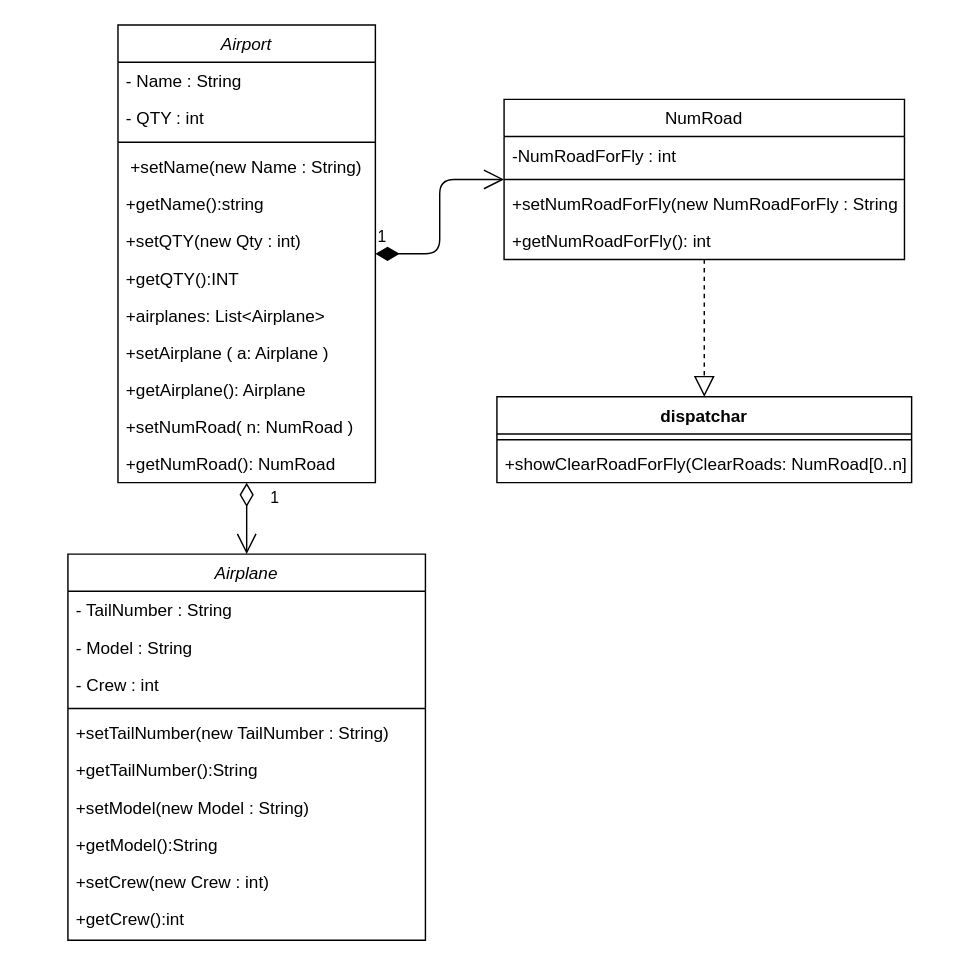
This is Lesson_2/Task_3/airplane.drawio from VovaPast/JavaCourses, a draw.io file, before an edit. Source tidied: cells renumbered, new cells numbered last; positions are measured from the earlier drawing's top-left corner, leaving out a move shared by most shapes. Both pictures are drawn from the tidied source at 143%, with x=0, y=0 at pixel (67, 24).
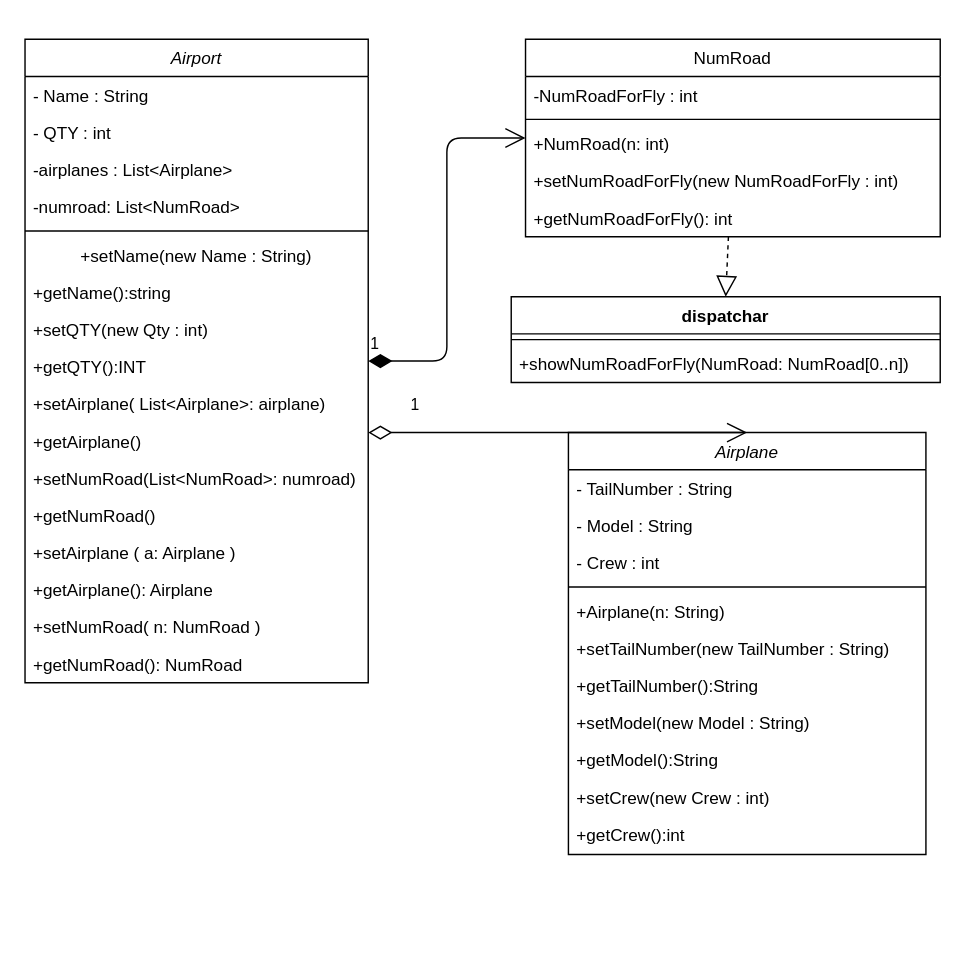
The same diagram, later.

The edit, as a diff of the source:
```diff
@@
     <mxCell id="2" value="Airplane" style="swimlane;fontStyle=2;align=center;verticalAlign=top;horizontal=1;startSize=26;rounded=0;shadow=0;strokeWidth=1;fontSize=12;" parent="1" vertex="1">
-      <mxGeometry y="370" width="250" height="270" as="geometry" />
+      <mxGeometry x="350" y="285" width="250" height="295" as="geometry" />
     </mxCell>
@@
-    <mxCell id="7" value="+setTailNumber(new TailNumber : String)" style="text;align=left;verticalAlign=top;spacingLeft=4;spacingRight=4;overflow=hidden;fontSize=12;" parent="2" vertex="1">
+    <mxCell id="7" value="+Airplane(n: String)" style="text;align=left;verticalAlign=top;spacingLeft=4;spacingRight=4;overflow=hidden;fontSize=12;" parent="2" vertex="1">
       <mxGeometry y="112" width="250" height="26" as="geometry" />
     </mxCell>
+    <mxCell id="37" value="+setTailNumber(new TailNumber : String)" style="text;align=left;verticalAlign=top;spacingLeft=4;spacingRight=4;overflow=hidden;fontSize=12;" parent="2" vertex="1">
+      <mxGeometry y="138" width="250" height="26" as="geometry" />
+    </mxCell>
     <mxCell id="8" value="+getTailNumber():String" style="text;align=left;verticalAlign=top;spacingLeft=4;spacingRight=4;overflow=hidden;fontSize=12;" parent="2" vertex="1">
-      <mxGeometry y="138" width="250" height="26" as="geometry" />
+      <mxGeometry y="164" width="250" height="26" as="geometry" />
     </mxCell>
     <mxCell id="9" value="+setModel(new Model : String)" style="text;align=left;verticalAlign=top;spacingLeft=4;spacingRight=4;overflow=hidden;fontSize=12;" parent="2" vertex="1">
-      <mxGeometry y="164" width="250" height="26" as="geometry" />
+      <mxGeometry y="190" width="250" height="26" as="geometry" />
     </mxCell>
     <mxCell id="10" value="+getModel():String" style="text;align=left;verticalAlign=top;spacingLeft=4;spacingRight=4;overflow=hidden;fontSize=12;" parent="2" vertex="1">
-      <mxGeometry y="190" width="250" height="26" as="geometry" />
+      <mxGeometry y="216" width="250" height="26" as="geometry" />
     </mxCell>
     <mxCell id="11" value="+setCrew(new Crew : int)" style="text;align=left;verticalAlign=top;spacingLeft=4;spacingRight=4;overflow=hidden;fontSize=12;" parent="2" vertex="1">
-      <mxGeometry y="216" width="250" height="26" as="geometry" />
+      <mxGeometry y="242" width="250" height="26" as="geometry" />
     </mxCell>
     <mxCell id="12" value="+getCrew():int" style="text;align=left;verticalAlign=top;spacingLeft=4;spacingRight=4;overflow=hidden;fontSize=12;" parent="2" vertex="1">
-      <mxGeometry y="242" width="250" height="26" as="geometry" />
+      <mxGeometry y="268" width="250" height="26" as="geometry" />
     </mxCell>
     <mxCell id="13" value="Airport" style="swimlane;fontStyle=2;align=center;verticalAlign=top;horizontal=1;startSize=26;rounded=0;shadow=0;strokeWidth=1;fontSize=12;" parent="1" vertex="1">
-      <mxGeometry x="35" width="180" height="320" as="geometry" />
+      <mxGeometry x="-30" y="10" width="240" height="450" as="geometry" />
     </mxCell>
     <mxCell id="14" value="- Name : String" style="text;align=left;verticalAlign=top;spacingLeft=4;spacingRight=4;overflow=hidden;fontSize=12;" parent="13" vertex="1">
-      <mxGeometry y="26" width="180" height="26" as="geometry" />
+      <mxGeometry y="26" width="240" height="26" as="geometry" />
     </mxCell>
     <mxCell id="15" value="- QTY : int" style="text;align=left;verticalAlign=top;spacingLeft=4;spacingRight=4;overflow=hidden;rounded=0;shadow=0;html=0;fontSize=12;" parent="13" vertex="1">
-      <mxGeometry y="52" width="180" height="26" as="geometry" />
+      <mxGeometry y="52" width="240" height="26" as="geometry" />
     </mxCell>
+    <mxCell id="38" value="-airplanes : List&lt;Airplane&gt;" style="text;align=left;verticalAlign=top;spacingLeft=4;spacingRight=4;overflow=hidden;rounded=0;shadow=0;html=0;fontSize=12;" parent="13" vertex="1">
+      <mxGeometry y="78" width="240" height="26" as="geometry" />
+    </mxCell>
+    <mxCell id="39" value="-numroad: List&lt;NumRoad&gt;" style="text;align=left;verticalAlign=top;spacingLeft=4;spacingRight=4;overflow=hidden;rounded=0;shadow=0;html=0;fontSize=12;" parent="13" vertex="1">
+      <mxGeometry y="104" width="240" height="26" as="geometry" />
+    </mxCell>
     <mxCell id="16" style="line;html=1;strokeWidth=1;align=left;verticalAlign=middle;spacingTop=-1;spacingLeft=3;spacingRight=3;labelPosition=right;fontSize=12;" parent="13" vertex="1">
-      <mxGeometry y="78" width="180" height="8" as="geometry" />
+      <mxGeometry y="130" width="240" height="8" as="geometry" />
     </mxCell>
     <mxCell id="17" value="+setName(new Name : String)" style="text;align=center;verticalAlign=top;spacingLeft=4;spacingRight=4;overflow=hidden;fontStyle=0;fontSize=12;" parent="13" vertex="1">
-      <mxGeometry y="86" width="180" height="26" as="geometry" />
+      <mxGeometry y="138" width="240" height="26" as="geometry" />
     </mxCell>
     <mxCell id="18" value="+getName():string&#10;" style="text;align=left;verticalAlign=top;spacingLeft=4;spacingRight=4;overflow=hidden;fontSize=12;" parent="13" vertex="1">
-      <mxGeometry y="112" width="180" height="26" as="geometry" />
+      <mxGeometry y="164" width="240" height="26" as="geometry" />
     </mxCell>
     <mxCell id="19" value="+setQTY(new Qty : int)" style="text;align=left;verticalAlign=top;spacingLeft=4;spacingRight=4;overflow=hidden;fontSize=12;" parent="13" vertex="1">
-      <mxGeometry y="138" width="180" height="26" as="geometry" />
+      <mxGeometry y="190" width="240" height="26" as="geometry" />
     </mxCell>
     <mxCell id="20" value="+getQTY():INT" style="text;align=left;verticalAlign=top;spacingLeft=4;spacingRight=4;overflow=hidden;fontSize=12;" parent="13" vertex="1">
-      <mxGeometry y="164" width="180" height="26" as="geometry" />
+      <mxGeometry y="216" width="240" height="26" as="geometry" />
     </mxCell>
-    <mxCell id="21" value="+airplanes: List&lt;Airplane&gt;" style="text;align=left;verticalAlign=top;spacingLeft=4;spacingRight=4;overflow=hidden;fontSize=12;" parent="13" vertex="1">
-      <mxGeometry y="190" width="180" height="26" as="geometry" />
-    </mxCell>
+    <mxCell id="40" value="+setAirplane( List&lt;Airplane&gt;: airplane)" style="text;align=left;verticalAlign=top;spacingLeft=4;spacingRight=4;overflow=hidden;fontSize=12;" parent="13" vertex="1">
+      <mxGeometry y="242" width="240" height="26" as="geometry" />
+    </mxCell>
+    <mxCell id="41" value="+getAirplane()" style="text;align=left;verticalAlign=top;spacingLeft=4;spacingRight=4;overflow=hidden;fontSize=12;" parent="13" vertex="1">
+      <mxGeometry y="268" width="240" height="26" as="geometry" />
+    </mxCell>
+    <mxCell id="42" value="+setNumRoad(List&lt;NumRoad&gt;: numroad)" style="text;align=left;verticalAlign=top;spacingLeft=4;spacingRight=4;overflow=hidden;fontSize=12;" parent="13" vertex="1">
+      <mxGeometry y="294" width="240" height="26" as="geometry" />
+    </mxCell>
+    <mxCell id="43" value="+getNumRoad()" style="text;align=left;verticalAlign=top;spacingLeft=4;spacingRight=4;overflow=hidden;fontSize=12;" parent="13" vertex="1">
+      <mxGeometry y="320" width="240" height="26" as="geometry" />
+    </mxCell>
     <mxCell id="22" value="+setAirplane ( a: Airplane )" style="text;align=left;verticalAlign=top;spacingLeft=4;spacingRight=4;overflow=hidden;fontSize=12;" parent="13" vertex="1">
-      <mxGeometry y="216" width="180" height="26" as="geometry" />
+      <mxGeometry y="346" width="240" height="26" as="geometry" />
     </mxCell>
     <mxCell id="23" value="+getAirplane(): Airplane " style="text;align=left;verticalAlign=top;spacingLeft=4;spacingRight=4;overflow=hidden;fontSize=12;" parent="13" vertex="1">
-      <mxGeometry y="242" width="180" height="26" as="geometry" />
+      <mxGeometry y="372" width="240" height="26" as="geometry" />
     </mxCell>
     <mxCell id="24" value="+setNumRoad( n: NumRoad )" style="text;align=left;verticalAlign=top;spacingLeft=4;spacingRight=4;overflow=hidden;fontSize=12;" parent="13" vertex="1">
-      <mxGeometry y="268" width="180" height="26" as="geometry" />
+      <mxGeometry y="398" width="240" height="26" as="geometry" />
     </mxCell>
     <mxCell id="25" value="+getNumRoad(): NumRoad" style="text;align=left;verticalAlign=top;spacingLeft=4;spacingRight=4;overflow=hidden;fontSize=12;" parent="13" vertex="1">
-      <mxGeometry y="294" width="180" height="26" as="geometry" />
+      <mxGeometry y="424" width="240" height="26" as="geometry" />
     </mxCell>
     <mxCell id="26" value="NumRoad" style="swimlane;fontStyle=0;align=center;verticalAlign=top;horizontal=1;startSize=26;rounded=0;shadow=0;strokeWidth=1;fontSize=12;" parent="1" vertex="1">
-      <mxGeometry x="305" y="52" width="280" height="112" as="geometry" />
+      <mxGeometry x="320" y="10" width="290" height="138" as="geometry" />
     </mxCell>
     <mxCell id="27" value="-NumRoadForFly : int" style="text;align=left;verticalAlign=top;spacingLeft=4;spacingRight=4;overflow=hidden;fontSize=12;" parent="26" vertex="1">
-      <mxGeometry y="26" width="280" height="26" as="geometry" />
+      <mxGeometry y="26" width="290" height="26" as="geometry" />
     </mxCell>
     <mxCell id="28" style="line;html=1;strokeWidth=1;align=left;verticalAlign=middle;spacingTop=-1;spacingLeft=3;spacingRight=3;labelPosition=right;fontSize=12;" parent="26" vertex="1">
-      <mxGeometry y="52" width="280" height="8" as="geometry" />
+      <mxGeometry y="52" width="290" height="8" as="geometry" />
     </mxCell>
-    <mxCell id="29" value="+setNumRoadForFly(new NumRoadForFly : String" style="text;align=left;verticalAlign=top;spacingLeft=4;spacingRight=4;overflow=hidden;fontSize=12;" parent="26" vertex="1">
-      <mxGeometry y="60" width="280" height="26" as="geometry" />
+    <mxCell id="29" value="+NumRoad(n: int)" style="text;align=left;verticalAlign=top;spacingLeft=4;spacingRight=4;overflow=hidden;fontSize=12;" parent="26" vertex="1">
+      <mxGeometry y="60" width="290" height="26" as="geometry" />
     </mxCell>
+    <mxCell id="44" value="+setNumRoadForFly(new NumRoadForFly : int)" style="text;align=left;verticalAlign=top;spacingLeft=4;spacingRight=4;overflow=hidden;fontSize=12;" parent="26" vertex="1">
+      <mxGeometry y="86" width="290" height="26" as="geometry" />
+    </mxCell>
     <mxCell id="30" value="+getNumRoadForFly(): int" style="text;align=left;verticalAlign=top;spacingLeft=4;spacingRight=4;overflow=hidden;fontSize=12;" parent="26" vertex="1">
-      <mxGeometry y="86" width="280" height="26" as="geometry" />
+      <mxGeometry y="112" width="290" height="26" as="geometry" />
     </mxCell>
     <mxCell id="31" value="dispatchar" style="swimlane;fontStyle=1;align=center;verticalAlign=top;horizontal=1;startSize=26;" parent="1" vertex="1">
-      <mxGeometry x="300" y="260" width="290" height="60" as="geometry" />
+      <mxGeometry x="310" y="190" width="300" height="60" as="geometry" />
     </mxCell>
     <mxCell id="32" style="line;strokeWidth=1;fillColor=none;align=left;verticalAlign=middle;spacingTop=-1;spacingLeft=3;spacingRight=3;labelPosition=right;" parent="31" vertex="1">
-      <mxGeometry y="26" width="290" height="8" as="geometry" />
+      <mxGeometry y="26" width="300" height="8" as="geometry" />
     </mxCell>
-    <mxCell id="33" value="+showClearRoadForFly(ClearRoads: NumRoad[0..n]" style="text;strokeColor=none;fillColor=none;align=left;verticalAlign=top;spacingLeft=4;spacingRight=4;overflow=hidden;" parent="31" vertex="1">
-      <mxGeometry y="34" width="290" height="26" as="geometry" />
+    <mxCell id="33" value="+showNumRoadForFly(NumRoad: NumRoad[0..n])" style="text;strokeColor=none;fillColor=none;align=left;verticalAlign=top;spacingLeft=4;spacingRight=4;overflow=hidden;" parent="31" vertex="1">
+      <mxGeometry y="34" width="300" height="26" as="geometry" />
     </mxCell>
@@
     <mxCell id="36" value="1" style="endArrow=open;html=1;endSize=12;startArrow=diamondThin;startSize=14;startFill=0;edgeStyle=orthogonalEdgeStyle;align=left;verticalAlign=bottom;entryX=0.5;entryY=0;entryDx=0;entryDy=0;" parent="1" edge="1" source="13" target="2">
-      <mxGeometry x="-0.2" y="15" relative="1" as="geometry" />
+      <mxGeometry x="-0.79" y="10" relative="1" as="geometry">
+        <Array as="points">
+          <mxPoint x="120" y="400" />
+        </Array>
+      </mxGeometry>
     </mxCell>
```
